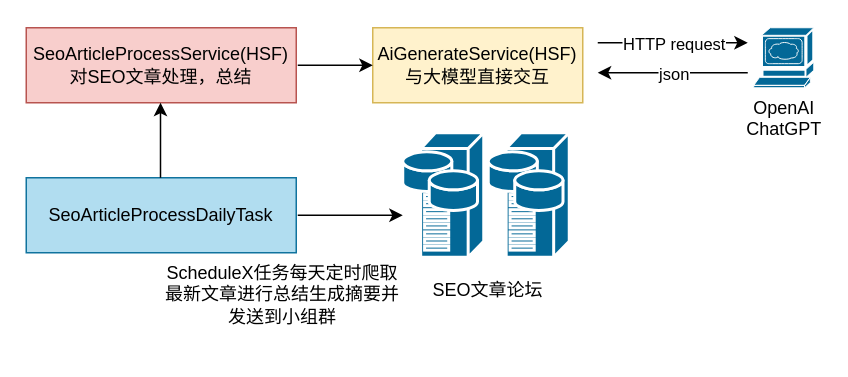
The draw.io diagram 利用大模型总结SEO文章.drawio in kdoclg/git_study, before the edit. Source tidied: cells renumbered, new cells numbered last; positions are measured from the earlier drawing's top-left corner, leaving out a move shared by most shapes. Both pictures are drawn from the tidied source at 150%, with x=0, y=0 at pixel (26, 27).
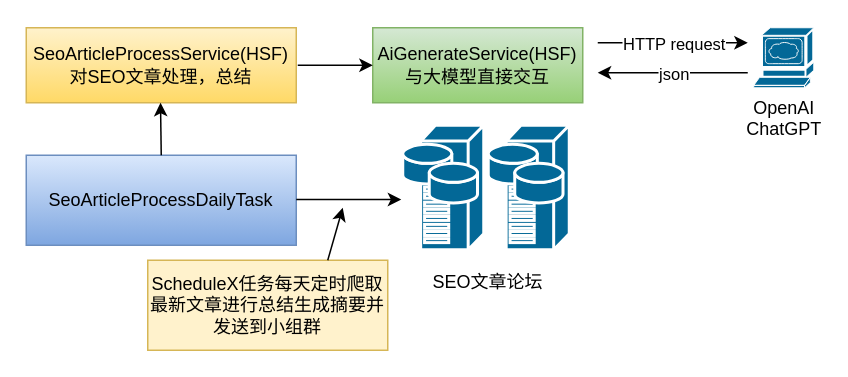
The same page after the edit.

Commit message:
更新利用大模型总结SEO文章.drawio

Diff of the diagram source:
```diff
@@
-    <mxCell id="2" value="AiGenerateService(HSF)&lt;br&gt;与大模型直接交互" style="rounded=0;whiteSpace=wrap;html=1;fillColor=#fff2cc;strokeColor=#d6b656;" parent="1" vertex="1">
+    <mxCell id="2" value="AiGenerateService(HSF)&lt;br&gt;与大模型直接交互" style="rounded=0;whiteSpace=wrap;html=1;fillColor=#d5e8d4;gradientColor=#97d077;strokeColor=#82b366;" parent="1" vertex="1">
       <mxGeometry x="231" width="140" height="50" as="geometry" />
     </mxCell>
-    <mxCell id="3" value="SeoArticleProcessService(HSF)&lt;br&gt;对SEO文章处理，总结" style="rounded=0;whiteSpace=wrap;html=1;fillColor=#f8cecc;strokeColor=#b85450;" parent="1" vertex="1">
+    <mxCell id="3" value="SeoArticleProcessService(HSF)&lt;br&gt;对SEO文章处理，总结" style="rounded=0;whiteSpace=wrap;html=1;fillColor=#fff2cc;strokeColor=#d6b656;gradientColor=#ffd966;" parent="1" vertex="1">
       <mxGeometry width="180" height="50" as="geometry" />
     </mxCell>
@@
     <mxCell id="10" style="shape=mxgraph.cisco.servers.storage_server;sketch=0;html=1;dashed=0;fillColor=#036897;strokeColor=#ffffff;strokeWidth=2;verticalLabelPosition=bottom;verticalAlign=top;align=center;" parent="1" vertex="1">
-      <mxGeometry x="251" y="70" width="54" height="83" as="geometry" />
+      <mxGeometry x="251" y="65" width="54" height="83" as="geometry" />
     </mxCell>
-    <mxCell id="11" value="SeoArticleProcessDailyTask" style="rounded=0;whiteSpace=wrap;html=1;fillColor=#b1ddf0;strokeColor=#10739e;" parent="1" vertex="1">
-      <mxGeometry y="100" width="180" height="50" as="geometry" />
+    <mxCell id="11" value="SeoArticleProcessDailyTask" style="rounded=0;whiteSpace=wrap;html=1;fillColor=#dae8fc;strokeColor=#6c8ebf;gradientColor=#7ea6e0;" parent="1" vertex="1">
+      <mxGeometry y="85" width="180" height="60" as="geometry" />
     </mxCell>
-    <mxCell id="12" style="endArrow=classic;html=1;rounded=0;" parent="1" edge="1">
+    <mxCell id="12" style="endArrow=classic;html=1;rounded=0;exitX=0.5;exitY=0;exitDx=0;exitDy=0;" parent="1" edge="1" source="11">
       <mxGeometry relative="1" as="geometry">
-        <mxPoint x="89.5" y="100" as="sourcePoint" />
         <mxPoint x="89.5" y="50" as="targetPoint" />
       </mxGeometry>
     </mxCell>
     <mxCell id="13" style="endArrow=classic;html=1;rounded=0;" parent="1" edge="1">
       <mxGeometry relative="1" as="geometry">
-        <mxPoint x="181" y="125" as="sourcePoint" />
-        <mxPoint x="251" y="125" as="targetPoint" />
+        <mxPoint x="180" y="114.5" as="sourcePoint" />
+        <mxPoint x="250" y="114.5" as="targetPoint" />
       </mxGeometry>
     </mxCell>
     <mxCell id="14" style="shape=mxgraph.cisco.servers.storage_server;sketch=0;html=1;dashed=0;fillColor=#036897;strokeColor=#ffffff;strokeWidth=2;verticalLabelPosition=bottom;verticalAlign=top;align=center;" parent="1" vertex="1">
-      <mxGeometry x="308" y="70" width="54" height="83" as="geometry" />
+      <mxGeometry x="308" y="65" width="54" height="83" as="geometry" />
     </mxCell>
     <mxCell id="15" value="SEO文章论坛" style="text;html=1;strokeColor=none;fillColor=none;align=center;verticalAlign=middle;whiteSpace=wrap;rounded=0;" parent="1" vertex="1">
-      <mxGeometry x="268" y="160" width="80" height="30" as="geometry" />
+      <mxGeometry x="268" y="155" width="80" height="30" as="geometry" />
     </mxCell>
-    <mxCell id="16" value="&lt;div class=&quot;lake-content&quot;&gt;ScheduleX任务每天定时爬取最新文章进行总结生成摘要并发送到小组群&lt;/div&gt;" style="text;html=1;strokeColor=none;fillColor=none;align=center;verticalAlign=middle;whiteSpace=wrap;rounded=0;" parent="1" vertex="1">
-      <mxGeometry x="91" y="153" width="160" height="50" as="geometry" />
+    <mxCell id="16" value="ScheduleX任务每天定时爬取最新文章进行总结生成摘要并发送到小组群" style="rounded=0;whiteSpace=wrap;html=1;fillColor=#fff2cc;strokeColor=#d6b656;" parent="1" vertex="1">
+      <mxGeometry x="81" y="155" width="160" height="60" as="geometry" />
     </mxCell>
+    <mxCell id="17" style="endArrow=classic;html=1;rounded=0;exitX=0.75;exitY=0;exitDx=0;exitDy=0;" parent="1" edge="1" source="16">
+      <mxGeometry relative="1" as="geometry">
+        <mxPoint x="211" y="120" as="targetPoint" />
+      </mxGeometry>
+    </mxCell>
```
